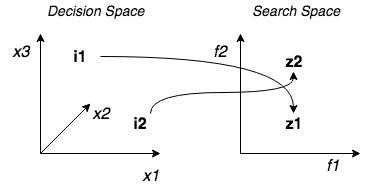
This is dados/figuras/searchspace-decisionspace.png from leometzger/optvm-tex, a draw.io export, as it was before one commit. Source tidied: cells renumbered, new cells last; positions are measured from the earlier drawing's top-left corner, leaving out a move shared by most shapes. The source it was exported from:
```xml
<mxGraphModel>
  <root>
    <mxCell id="0" />
    <mxCell id="1" parent="0" />
    <mxCell id="2" style="endArrow=classic;html=1;" parent="1" edge="1">
      <mxGeometry relative="1" as="geometry">
        <mxPoint x="40" y="153" as="sourcePoint" />
        <mxPoint x="40" y="33" as="targetPoint" />
      </mxGeometry>
    </mxCell>
    <mxCell id="3" style="endArrow=classic;html=1;" parent="1" edge="1">
      <mxGeometry relative="1" as="geometry">
        <mxPoint x="40" y="153" as="sourcePoint" />
        <mxPoint x="160" y="153" as="targetPoint" />
      </mxGeometry>
    </mxCell>
    <mxCell id="4" style="endArrow=classic;html=1;" parent="1" edge="1">
      <mxGeometry relative="1" as="geometry">
        <mxPoint x="240" y="153" as="sourcePoint" />
        <mxPoint x="240" y="33" as="targetPoint" />
      </mxGeometry>
    </mxCell>
    <mxCell id="5" style="endArrow=classic;html=1;" parent="1" edge="1">
      <mxGeometry relative="1" as="geometry">
        <mxPoint x="240" y="153" as="sourcePoint" />
        <mxPoint x="360" y="153" as="targetPoint" />
      </mxGeometry>
    </mxCell>
    <mxCell id="6" value="&lt;font style=&quot;font-size: 16px&quot;&gt;&lt;i&gt;x1&lt;/i&gt;&lt;/font&gt;" style="text;html=1;strokeColor=none;fillColor=none;align=center;verticalAlign=middle;whiteSpace=wrap;rounded=0;" parent="1" vertex="1">
      <mxGeometry x="130" y="165" width="40" height="20" as="geometry" />
    </mxCell>
    <mxCell id="7" style="endArrow=classic;html=1;entryX=0.25;entryY=0;entryDx=0;entryDy=0;" parent="1" edge="1" target="9">
      <mxGeometry relative="1" as="geometry">
        <mxPoint x="40" y="153" as="sourcePoint" />
      </mxGeometry>
    </mxCell>
    <mxCell id="8" value="&lt;font style=&quot;font-size: 16px&quot;&gt;&lt;i&gt;x3&lt;/i&gt;&lt;/font&gt;" style="text;html=1;strokeColor=none;fillColor=none;align=center;verticalAlign=middle;whiteSpace=wrap;rounded=0;" parent="1" vertex="1">
      <mxGeometry y="41" width="40" height="20" as="geometry" />
    </mxCell>
    <mxCell id="9" value="&lt;font style=&quot;font-size: 16px&quot;&gt;&lt;i&gt;x2&lt;/i&gt;&lt;/font&gt;" style="text;html=1;strokeColor=none;fillColor=none;align=center;verticalAlign=middle;whiteSpace=wrap;rounded=0;" parent="1" vertex="1">
      <mxGeometry x="80" y="103" width="40" height="20" as="geometry" />
    </mxCell>
    <mxCell id="10" value="&lt;font style=&quot;font-size: 16px&quot;&gt;&lt;i&gt;f1&lt;/i&gt;&lt;/font&gt;" style="text;html=1;strokeColor=none;fillColor=none;align=center;verticalAlign=middle;whiteSpace=wrap;rounded=0;" parent="1" vertex="1">
      <mxGeometry x="313" y="155" width="40" height="20" as="geometry" />
    </mxCell>
    <mxCell id="11" value="&lt;font style=&quot;font-size: 16px&quot;&gt;&lt;i&gt;f2&lt;/i&gt;&lt;/font&gt;" style="text;html=1;strokeColor=none;fillColor=none;align=center;verticalAlign=middle;whiteSpace=wrap;rounded=0;" parent="1" vertex="1">
      <mxGeometry x="200" y="41" width="40" height="20" as="geometry" />
    </mxCell>
    <mxCell id="12" style="edgeStyle=orthogonalEdgeStyle;jettySize=auto;html=1;entryX=0.5;entryY=0;entryDx=0;entryDy=0;curved=1;" parent="1" edge="1" source="13" target="14">
      <mxGeometry relative="1" as="geometry" />
    </mxCell>
    <mxCell id="13" value="&lt;b&gt;&lt;font style=&quot;font-size: 16px&quot;&gt;i1&lt;/font&gt;&lt;/b&gt;" style="text;html=1;strokeColor=none;fillColor=none;align=center;verticalAlign=middle;whiteSpace=wrap;rounded=0;" parent="1" vertex="1">
      <mxGeometry x="60" y="46" width="40" height="20" as="geometry" />
    </mxCell>
    <mxCell id="14" value="&lt;span style=&quot;font-size: 16px&quot;&gt;&lt;b&gt;z1&lt;/b&gt;&lt;/span&gt;" style="text;html=1;strokeColor=none;fillColor=none;align=center;verticalAlign=middle;whiteSpace=wrap;rounded=0;" parent="1" vertex="1">
      <mxGeometry x="273" y="113" width="40" height="20" as="geometry" />
    </mxCell>
    <mxCell id="15" style="edgeStyle=orthogonalEdgeStyle;curved=1;jettySize=auto;html=1;exitX=0.75;exitY=0;exitDx=0;exitDy=0;entryX=0.5;entryY=1;entryDx=0;entryDy=0;" parent="1" edge="1" source="16" target="17">
      <mxGeometry relative="1" as="geometry" />
    </mxCell>
    <mxCell id="16" value="&lt;b&gt;&lt;font style=&quot;font-size: 16px&quot;&gt;i2&lt;/font&gt;&lt;/b&gt;" style="text;html=1;strokeColor=none;fillColor=none;align=center;verticalAlign=middle;whiteSpace=wrap;rounded=0;" parent="1" vertex="1">
      <mxGeometry x="120" y="113" width="40" height="20" as="geometry" />
    </mxCell>
    <mxCell id="17" value="&lt;span style=&quot;font-size: 16px&quot;&gt;&lt;b&gt;z2&lt;/b&gt;&lt;/span&gt;" style="text;html=1;strokeColor=none;fillColor=none;align=center;verticalAlign=middle;whiteSpace=wrap;rounded=0;" parent="1" vertex="1">
      <mxGeometry x="273" y="51" width="40" height="20" as="geometry" />
    </mxCell>
    <mxCell id="18" value="&lt;font style=&quot;font-size: 14px&quot;&gt;&lt;i&gt;Decision Space&lt;/i&gt;&lt;/font&gt;" style="text;html=1;align=left;verticalAlign=top;spacingTop=-4;" parent="1" vertex="1">
      <mxGeometry x="45" width="110" height="20" as="geometry" />
    </mxCell>
    <mxCell id="19" value="&lt;font style=&quot;font-size: 14px&quot;&gt;&lt;i&gt;Search Space&lt;/i&gt;&lt;/font&gt;" style="text;html=1;align=left;verticalAlign=top;spacingTop=-4;" parent="1" vertex="1">
      <mxGeometry x="250" width="100" height="20" as="geometry" />
    </mxCell>
  </root>
</mxGraphModel>
```
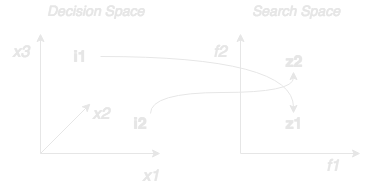
Later version of the same file.

Diff of the diagram source:
```diff
@@ -2,72 +2,72 @@
   <root>
     <mxCell id="0" />
     <mxCell id="1" parent="0" />
-    <mxCell id="2" style="endArrow=classic;html=1;" parent="1" edge="1">
+    <mxCell id="2" style="endArrow=classic;html=1;fontColor=#E6E6E6;strokeColor=#E6E6E6;" parent="1" edge="1">
       <mxGeometry relative="1" as="geometry">
         <mxPoint x="40" y="153" as="sourcePoint" />
         <mxPoint x="40" y="33" as="targetPoint" />
       </mxGeometry>
     </mxCell>
-    <mxCell id="3" style="endArrow=classic;html=1;" parent="1" edge="1">
+    <mxCell id="3" style="endArrow=classic;html=1;fontColor=#E6E6E6;strokeColor=#E6E6E6;" parent="1" edge="1">
       <mxGeometry relative="1" as="geometry">
         <mxPoint x="40" y="153" as="sourcePoint" />
         <mxPoint x="160" y="153" as="targetPoint" />
       </mxGeometry>
     </mxCell>
-    <mxCell id="4" style="endArrow=classic;html=1;" parent="1" edge="1">
+    <mxCell id="4" style="endArrow=classic;html=1;fontColor=#E6E6E6;strokeColor=#E6E6E6;" parent="1" edge="1">
       <mxGeometry relative="1" as="geometry">
         <mxPoint x="240" y="153" as="sourcePoint" />
         <mxPoint x="240" y="33" as="targetPoint" />
       </mxGeometry>
     </mxCell>
-    <mxCell id="5" style="endArrow=classic;html=1;" parent="1" edge="1">
+    <mxCell id="5" style="endArrow=classic;html=1;fontColor=#E6E6E6;strokeColor=#E6E6E6;" parent="1" edge="1">
       <mxGeometry relative="1" as="geometry">
         <mxPoint x="240" y="153" as="sourcePoint" />
         <mxPoint x="360" y="153" as="targetPoint" />
       </mxGeometry>
     </mxCell>
-    <mxCell id="6" value="&lt;font style=&quot;font-size: 16px&quot;&gt;&lt;i&gt;x1&lt;/i&gt;&lt;/font&gt;" style="text;html=1;strokeColor=none;fillColor=none;align=center;verticalAlign=middle;whiteSpace=wrap;rounded=0;" parent="1" vertex="1">
+    <mxCell id="6" value="&lt;font style=&quot;font-size: 16px&quot;&gt;&lt;i&gt;x1&lt;/i&gt;&lt;/font&gt;" style="text;html=1;strokeColor=none;fillColor=none;align=center;verticalAlign=middle;whiteSpace=wrap;rounded=0;fontColor=#E6E6E6;" parent="1" vertex="1">
       <mxGeometry x="130" y="165" width="40" height="20" as="geometry" />
     </mxCell>
-    <mxCell id="7" style="endArrow=classic;html=1;entryX=0.25;entryY=0;entryDx=0;entryDy=0;" parent="1" edge="1" target="9">
+    <mxCell id="7" style="endArrow=classic;html=1;entryX=0.25;entryY=0;entryDx=0;entryDy=0;fontColor=#E6E6E6;strokeColor=#E6E6E6;" parent="1" edge="1" target="9">
       <mxGeometry relative="1" as="geometry">
         <mxPoint x="40" y="153" as="sourcePoint" />
       </mxGeometry>
     </mxCell>
-    <mxCell id="8" value="&lt;font style=&quot;font-size: 16px&quot;&gt;&lt;i&gt;x3&lt;/i&gt;&lt;/font&gt;" style="text;html=1;strokeColor=none;fillColor=none;align=center;verticalAlign=middle;whiteSpace=wrap;rounded=0;" parent="1" vertex="1">
+    <mxCell id="8" value="&lt;font style=&quot;font-size: 16px&quot;&gt;&lt;i&gt;x3&lt;/i&gt;&lt;/font&gt;" style="text;html=1;strokeColor=none;fillColor=none;align=center;verticalAlign=middle;whiteSpace=wrap;rounded=0;fontColor=#E6E6E6;" parent="1" vertex="1">
       <mxGeometry y="41" width="40" height="20" as="geometry" />
     </mxCell>
-    <mxCell id="9" value="&lt;font style=&quot;font-size: 16px&quot;&gt;&lt;i&gt;x2&lt;/i&gt;&lt;/font&gt;" style="text;html=1;strokeColor=none;fillColor=none;align=center;verticalAlign=middle;whiteSpace=wrap;rounded=0;" parent="1" vertex="1">
+    <mxCell id="9" value="&lt;font style=&quot;font-size: 16px&quot;&gt;&lt;i&gt;x2&lt;/i&gt;&lt;/font&gt;" style="text;html=1;strokeColor=none;fillColor=none;align=center;verticalAlign=middle;whiteSpace=wrap;rounded=0;fontColor=#E6E6E6;" parent="1" vertex="1">
       <mxGeometry x="80" y="103" width="40" height="20" as="geometry" />
     </mxCell>
-    <mxCell id="10" value="&lt;font style=&quot;font-size: 16px&quot;&gt;&lt;i&gt;f1&lt;/i&gt;&lt;/font&gt;" style="text;html=1;strokeColor=none;fillColor=none;align=center;verticalAlign=middle;whiteSpace=wrap;rounded=0;" parent="1" vertex="1">
+    <mxCell id="10" value="&lt;font style=&quot;font-size: 16px&quot;&gt;&lt;i&gt;f1&lt;/i&gt;&lt;/font&gt;" style="text;html=1;strokeColor=none;fillColor=none;align=center;verticalAlign=middle;whiteSpace=wrap;rounded=0;fontColor=#E6E6E6;" parent="1" vertex="1">
       <mxGeometry x="313" y="155" width="40" height="20" as="geometry" />
     </mxCell>
-    <mxCell id="11" value="&lt;font style=&quot;font-size: 16px&quot;&gt;&lt;i&gt;f2&lt;/i&gt;&lt;/font&gt;" style="text;html=1;strokeColor=none;fillColor=none;align=center;verticalAlign=middle;whiteSpace=wrap;rounded=0;" parent="1" vertex="1">
+    <mxCell id="11" value="&lt;font style=&quot;font-size: 16px&quot;&gt;&lt;i&gt;f2&lt;/i&gt;&lt;/font&gt;" style="text;html=1;strokeColor=none;fillColor=none;align=center;verticalAlign=middle;whiteSpace=wrap;rounded=0;fontColor=#E6E6E6;" parent="1" vertex="1">
       <mxGeometry x="200" y="41" width="40" height="20" as="geometry" />
     </mxCell>
-    <mxCell id="12" style="edgeStyle=orthogonalEdgeStyle;jettySize=auto;html=1;entryX=0.5;entryY=0;entryDx=0;entryDy=0;curved=1;" parent="1" edge="1" source="13" target="14">
+    <mxCell id="12" style="edgeStyle=orthogonalEdgeStyle;jettySize=auto;html=1;entryX=0.5;entryY=0;entryDx=0;entryDy=0;curved=1;fontColor=#E6E6E6;strokeColor=#E6E6E6;" parent="1" edge="1" source="13" target="14">
       <mxGeometry relative="1" as="geometry" />
     </mxCell>
-    <mxCell id="13" value="&lt;b&gt;&lt;font style=&quot;font-size: 16px&quot;&gt;i1&lt;/font&gt;&lt;/b&gt;" style="text;html=1;strokeColor=none;fillColor=none;align=center;verticalAlign=middle;whiteSpace=wrap;rounded=0;" parent="1" vertex="1">
+    <mxCell id="13" value="&lt;b&gt;&lt;font style=&quot;font-size: 16px&quot;&gt;i1&lt;/font&gt;&lt;/b&gt;" style="text;html=1;strokeColor=none;fillColor=none;align=center;verticalAlign=middle;whiteSpace=wrap;rounded=0;fontColor=#E6E6E6;" parent="1" vertex="1">
       <mxGeometry x="60" y="46" width="40" height="20" as="geometry" />
     </mxCell>
-    <mxCell id="14" value="&lt;span style=&quot;font-size: 16px&quot;&gt;&lt;b&gt;z1&lt;/b&gt;&lt;/span&gt;" style="text;html=1;strokeColor=none;fillColor=none;align=center;verticalAlign=middle;whiteSpace=wrap;rounded=0;" parent="1" vertex="1">
+    <mxCell id="14" value="&lt;span style=&quot;font-size: 16px&quot;&gt;&lt;b&gt;z1&lt;/b&gt;&lt;/span&gt;" style="text;html=1;strokeColor=none;fillColor=none;align=center;verticalAlign=middle;whiteSpace=wrap;rounded=0;fontColor=#E6E6E6;" parent="1" vertex="1">
       <mxGeometry x="273" y="113" width="40" height="20" as="geometry" />
     </mxCell>
-    <mxCell id="15" style="edgeStyle=orthogonalEdgeStyle;curved=1;jettySize=auto;html=1;exitX=0.75;exitY=0;exitDx=0;exitDy=0;entryX=0.5;entryY=1;entryDx=0;entryDy=0;" parent="1" edge="1" source="16" target="17">
+    <mxCell id="15" style="edgeStyle=orthogonalEdgeStyle;curved=1;jettySize=auto;html=1;exitX=0.75;exitY=0;exitDx=0;exitDy=0;entryX=0.5;entryY=1;entryDx=0;entryDy=0;fontColor=#E6E6E6;strokeColor=#E6E6E6;" parent="1" edge="1" source="16" target="17">
       <mxGeometry relative="1" as="geometry" />
     </mxCell>
-    <mxCell id="16" value="&lt;b&gt;&lt;font style=&quot;font-size: 16px&quot;&gt;i2&lt;/font&gt;&lt;/b&gt;" style="text;html=1;strokeColor=none;fillColor=none;align=center;verticalAlign=middle;whiteSpace=wrap;rounded=0;" parent="1" vertex="1">
+    <mxCell id="16" value="&lt;b&gt;&lt;font style=&quot;font-size: 16px&quot;&gt;i2&lt;/font&gt;&lt;/b&gt;" style="text;html=1;strokeColor=none;fillColor=none;align=center;verticalAlign=middle;whiteSpace=wrap;rounded=0;fontColor=#E6E6E6;" parent="1" vertex="1">
       <mxGeometry x="120" y="113" width="40" height="20" as="geometry" />
     </mxCell>
-    <mxCell id="17" value="&lt;span style=&quot;font-size: 16px&quot;&gt;&lt;b&gt;z2&lt;/b&gt;&lt;/span&gt;" style="text;html=1;strokeColor=none;fillColor=none;align=center;verticalAlign=middle;whiteSpace=wrap;rounded=0;" parent="1" vertex="1">
+    <mxCell id="17" value="&lt;span style=&quot;font-size: 16px&quot;&gt;&lt;b&gt;z2&lt;/b&gt;&lt;/span&gt;" style="text;html=1;strokeColor=none;fillColor=none;align=center;verticalAlign=middle;whiteSpace=wrap;rounded=0;fontColor=#E6E6E6;" parent="1" vertex="1">
       <mxGeometry x="273" y="51" width="40" height="20" as="geometry" />
     </mxCell>
-    <mxCell id="18" value="&lt;font style=&quot;font-size: 14px&quot;&gt;&lt;i&gt;Decision Space&lt;/i&gt;&lt;/font&gt;" style="text;html=1;align=left;verticalAlign=top;spacingTop=-4;" parent="1" vertex="1">
+    <mxCell id="18" value="&lt;font style=&quot;font-size: 14px&quot;&gt;&lt;i&gt;Decision Space&lt;/i&gt;&lt;/font&gt;" style="text;html=1;align=left;verticalAlign=top;spacingTop=-4;fontColor=#E6E6E6;" parent="1" vertex="1">
       <mxGeometry x="45" width="110" height="20" as="geometry" />
     </mxCell>
-    <mxCell id="19" value="&lt;font style=&quot;font-size: 14px&quot;&gt;&lt;i&gt;Search Space&lt;/i&gt;&lt;/font&gt;" style="text;html=1;align=left;verticalAlign=top;spacingTop=-4;" parent="1" vertex="1">
+    <mxCell id="19" value="&lt;font style=&quot;font-size: 14px&quot;&gt;&lt;i&gt;Search Space&lt;/i&gt;&lt;/font&gt;" style="text;html=1;align=left;verticalAlign=top;spacingTop=-4;fontColor=#E6E6E6;" parent="1" vertex="1">
       <mxGeometry x="250" width="100" height="20" as="geometry" />
     </mxCell>
   </root>
```
